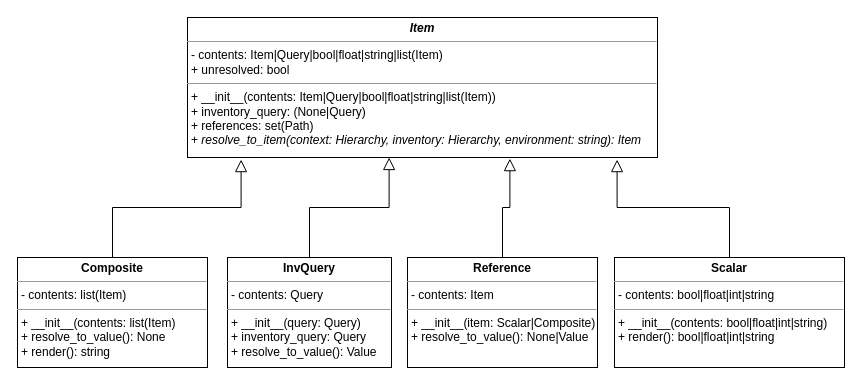
The draw.io diagram page "Page-4" (4 of 4) of docs/diagrams/classes.drawio in AndrewPickford/nodeclass, before the edit. Source tidied: cells renumbered, new cells numbered last; positions are measured from the earlier drawing's top-left corner, leaving out a move shared by most shapes. Both pictures are drawn from the tidied source at 100%, with x=0, y=0 at pixel (17, 17).
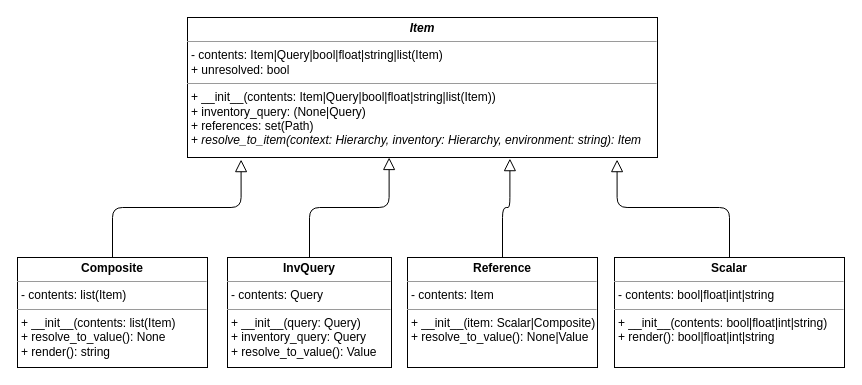
Above is the later version.

Diff of the diagram source:
```diff
@@
 <mxGraphModel>
   <root>
     <mxCell id="0" />
     <mxCell id="1" parent="0" />
     <mxCell id="2" value="&lt;p style=&quot;margin:0px;margin-top:4px;text-align:center;&quot;&gt;&lt;b&gt;&lt;i&gt;Item&lt;/i&gt;&lt;/b&gt;&lt;/p&gt;&lt;hr size=&quot;1&quot;&gt;&lt;p style=&quot;margin:0px;margin-left:4px;&quot;&gt;&lt;span style=&quot;background-color: initial;&quot;&gt;- contents: Item|Query|bool|float|string|list(Item)&lt;/span&gt;&lt;/p&gt;&lt;p style=&quot;margin:0px;margin-left:4px;&quot;&gt;&lt;span style=&quot;background-color: initial;&quot;&gt;+ unresolved: bool&lt;/span&gt;&lt;br&gt;&lt;/p&gt;&lt;hr size=&quot;1&quot;&gt;&lt;p style=&quot;margin:0px;margin-left:4px;&quot;&gt;+ __init__(contents: Item|Query|bool|float|string|list(Item))&lt;/p&gt;&lt;p style=&quot;margin:0px;margin-left:4px;&quot;&gt;+ inventory_query: (None|Query)&lt;/p&gt;&lt;p style=&quot;margin:0px;margin-left:4px;&quot;&gt;+ references: set(Path)&lt;br&gt;&lt;/p&gt;&lt;p style=&quot;margin:0px;margin-left:4px;&quot;&gt;+ &lt;i&gt;resolve_to_item(context: Hierarchy, inventory: Hierarchy, environment: string): Item&lt;/i&gt;&lt;/p&gt;" style="verticalAlign=top;align=left;overflow=fill;fontSize=12;fontFamily=Helvetica;html=1;" parent="1" vertex="1">
       <mxGeometry x="170" width="470" height="140" as="geometry" />
     </mxCell>
-    <mxCell id="3" style="edgeStyle=orthogonalEdgeStyle;rounded=0;sketch=0;jettySize=auto;html=1;exitX=0.5;exitY=0;exitDx=0;exitDy=0;entryX=0.114;entryY=1.015;entryDx=0;entryDy=0;entryPerimeter=0;endArrow=block;endFill=0;strokeColor=#000000;strokeWidth=1;endSize=10;startSize=10;" parent="1" edge="1" source="4" target="2">
+    <mxCell id="3" style="edgeStyle=orthogonalEdgeStyle;rounded=1;sketch=0;jettySize=auto;html=1;exitX=0.5;exitY=0;exitDx=0;exitDy=0;entryX=0.114;entryY=1.015;entryDx=0;entryDy=0;entryPerimeter=0;endArrow=block;endFill=0;strokeColor=#000000;strokeWidth=1;endSize=10;startSize=10;" parent="1" edge="1" source="4" target="2">
       <mxGeometry relative="1" as="geometry" />
     </mxCell>
     <mxCell id="4" value="&lt;p style=&quot;margin:0px;margin-top:4px;text-align:center;&quot;&gt;&lt;b&gt;Composite&lt;/b&gt;&lt;/p&gt;&lt;hr size=&quot;1&quot;&gt;&lt;p style=&quot;margin:0px;margin-left:4px;&quot;&gt;- contents: list(Item)&lt;/p&gt;&lt;hr size=&quot;1&quot;&gt;&lt;p style=&quot;margin:0px;margin-left:4px;&quot;&gt;&lt;span style=&quot;background-color: initial;&quot;&gt;+ __init__(contents: list(Item)&lt;/span&gt;&lt;/p&gt;&lt;p style=&quot;margin:0px;margin-left:4px;&quot;&gt;&lt;span style=&quot;background-color: initial;&quot;&gt;+ resolve_to_value(): None&lt;/span&gt;&lt;br&gt;&lt;/p&gt;&lt;p style=&quot;margin:0px;margin-left:4px;&quot;&gt;+ render(): string&lt;/p&gt;" style="verticalAlign=top;align=left;overflow=fill;fontSize=12;fontFamily=Helvetica;html=1;" parent="1" vertex="1">
       <mxGeometry y="240" width="190" height="110" as="geometry" />
     </mxCell>
-    <mxCell id="5" style="edgeStyle=orthogonalEdgeStyle;rounded=0;sketch=0;jettySize=auto;html=1;exitX=0.5;exitY=0;exitDx=0;exitDy=0;endArrow=block;endFill=0;startSize=10;endSize=10;strokeColor=#000000;strokeWidth=1;entryX=0.429;entryY=1;entryDx=0;entryDy=0;entryPerimeter=0;" parent="1" edge="1" source="6" target="2">
+    <mxCell id="5" style="edgeStyle=orthogonalEdgeStyle;rounded=1;sketch=0;jettySize=auto;html=1;exitX=0.5;exitY=0;exitDx=0;exitDy=0;endArrow=block;endFill=0;startSize=10;endSize=10;strokeColor=#000000;strokeWidth=1;entryX=0.429;entryY=1;entryDx=0;entryDy=0;entryPerimeter=0;" parent="1" edge="1" source="6" target="2">
       <mxGeometry relative="1" as="geometry" />
     </mxCell>
     <mxCell id="6" value="&lt;p style=&quot;margin:0px;margin-top:4px;text-align:center;&quot;&gt;&lt;b&gt;InvQuery&lt;/b&gt;&lt;/p&gt;&lt;hr size=&quot;1&quot;&gt;&lt;p style=&quot;margin:0px;margin-left:4px;&quot;&gt;- contents: Query&lt;/p&gt;&lt;hr size=&quot;1&quot;&gt;&lt;p style=&quot;margin:0px;margin-left:4px;&quot;&gt;+ __init__(query: Query)&lt;/p&gt;&lt;p style=&quot;margin:0px;margin-left:4px;&quot;&gt;+ inventory_query: Query&lt;/p&gt;&lt;p style=&quot;margin:0px;margin-left:4px;&quot;&gt;+ resolve_to_value(): Value&lt;/p&gt;" style="verticalAlign=top;align=left;overflow=fill;fontSize=12;fontFamily=Helvetica;html=1;" parent="1" vertex="1">
       <mxGeometry x="210" y="240" width="164" height="110" as="geometry" />
     </mxCell>
-    <mxCell id="7" style="edgeStyle=orthogonalEdgeStyle;rounded=0;sketch=0;jettySize=auto;html=1;entryX=0.686;entryY=1.008;entryDx=0;entryDy=0;entryPerimeter=0;endArrow=block;endFill=0;startSize=10;endSize=10;strokeColor=#000000;strokeWidth=1;" parent="1" edge="1" source="8" target="2">
+    <mxCell id="7" style="edgeStyle=orthogonalEdgeStyle;rounded=1;sketch=0;jettySize=auto;html=1;entryX=0.686;entryY=1.008;entryDx=0;entryDy=0;entryPerimeter=0;endArrow=block;endFill=0;startSize=10;endSize=10;strokeColor=#000000;strokeWidth=1;" parent="1" edge="1" source="8" target="2">
       <mxGeometry relative="1" as="geometry" />
     </mxCell>
     <mxCell id="8" value="&lt;p style=&quot;margin:0px;margin-top:4px;text-align:center;&quot;&gt;&lt;b&gt;Reference&lt;/b&gt;&lt;/p&gt;&lt;hr size=&quot;1&quot;&gt;&lt;p style=&quot;margin:0px;margin-left:4px;&quot;&gt;- contents: Item&lt;/p&gt;&lt;hr size=&quot;1&quot;&gt;&lt;p style=&quot;margin:0px;margin-left:4px;&quot;&gt;+ __init__(item: Scalar|Composite)&lt;/p&gt;&lt;p style=&quot;margin:0px;margin-left:4px;&quot;&gt;+ resolve_to_value(): None|Value&lt;/p&gt;" style="verticalAlign=top;align=left;overflow=fill;fontSize=12;fontFamily=Helvetica;html=1;" parent="1" vertex="1">
       <mxGeometry x="390" y="240" width="190" height="110" as="geometry" />
     </mxCell>
-    <mxCell id="9" style="edgeStyle=orthogonalEdgeStyle;rounded=0;sketch=0;jettySize=auto;html=1;exitX=0.5;exitY=0;exitDx=0;exitDy=0;entryX=0.914;entryY=1.015;entryDx=0;entryDy=0;entryPerimeter=0;endArrow=block;endFill=0;startSize=10;endSize=10;strokeColor=#000000;strokeWidth=1;" parent="1" edge="1" source="10" target="2">
+    <mxCell id="9" style="edgeStyle=orthogonalEdgeStyle;rounded=1;sketch=0;jettySize=auto;html=1;exitX=0.5;exitY=0;exitDx=0;exitDy=0;entryX=0.914;entryY=1.015;entryDx=0;entryDy=0;entryPerimeter=0;endArrow=block;endFill=0;startSize=10;endSize=10;strokeColor=#000000;strokeWidth=1;" parent="1" edge="1" source="10" target="2">
       <mxGeometry relative="1" as="geometry" />
     </mxCell>
     <mxCell id="10" value="&lt;p style=&quot;margin:0px;margin-top:4px;text-align:center;&quot;&gt;&lt;b&gt;Scalar&lt;/b&gt;&lt;/p&gt;&lt;hr size=&quot;1&quot;&gt;&lt;p style=&quot;margin:0px;margin-left:4px;&quot;&gt;- contents: bool|float|int|string&lt;/p&gt;&lt;hr size=&quot;1&quot;&gt;&lt;p style=&quot;margin:0px;margin-left:4px;&quot;&gt;+ __init__(contents: bool|float|&lt;span style=&quot;background-color: initial;&quot;&gt;int|string)&lt;/span&gt;&lt;/p&gt;&lt;p style=&quot;margin:0px;margin-left:4px;&quot;&gt;+ render(): bool|float|int|string&lt;/p&gt;" style="verticalAlign=top;align=left;overflow=fill;fontSize=12;fontFamily=Helvetica;html=1;" parent="1" vertex="1">
       <mxGeometry x="597" y="240" width="230" height="110" as="geometry" />
     </mxCell>
   </root>
 </mxGraphModel>
```
